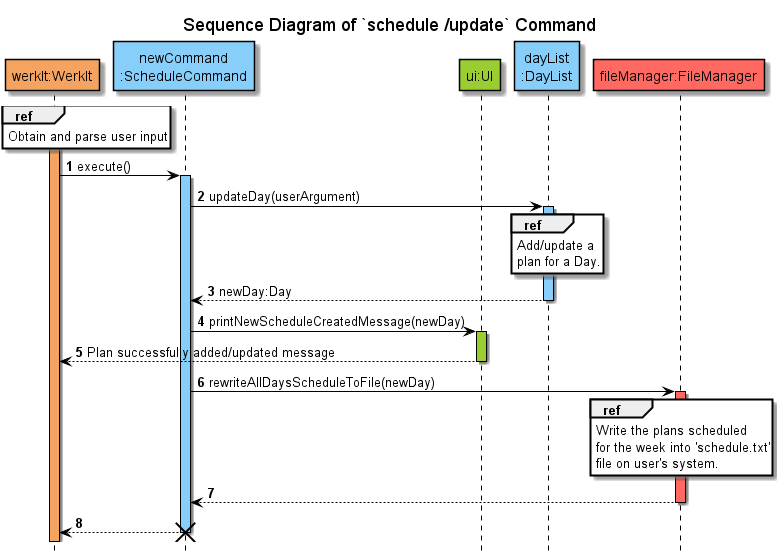
Earlier version of the PlantUML export docs/uml/sequenceDiagrams/schedule/images/updateSchedule.png (nus-cs2113-AY2122S2/tp).
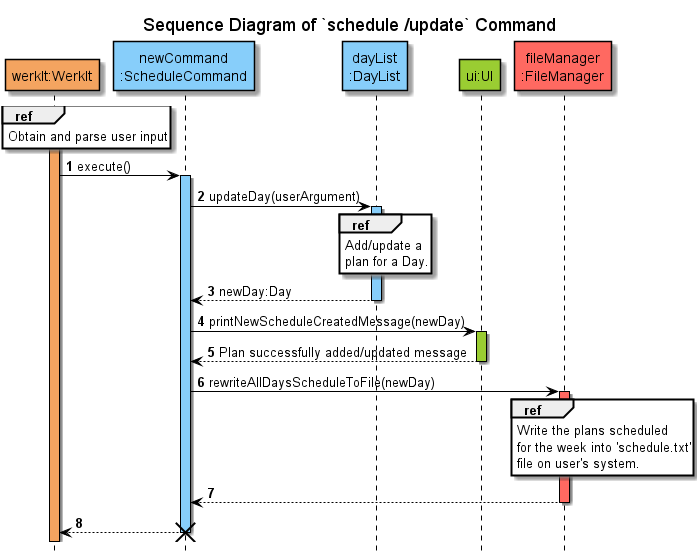
The same diagram one commit later.

What changed in the source:
```diff
@@ -9,9 +9,9 @@
 
 participant "werkIt:WerkIt" AS WerkIt COLOR_WERKIT
 participant "newCommand\n:ScheduleCommand" AS newCommand COLOR_LOGIC
+participant "dayList\n:DayList" AS DayList COLOR_LOGIC
 participant "ui:UI" AS UI COLOR_UI
-participant "dayList\n:DayList" AS DayList COLOR_LOGIC
-participant "fileManager:FileManager" as FileManager COLOR_STORAGE
+participant "fileManager\n:FileManager" as FileManager COLOR_STORAGE
 
 activate WerkIt COLOR_WERKIT
 ref over WerkIt
@@ -31,7 +31,7 @@
 
 newCommand -> UI : printNewScheduleCreatedMessage(newDay)
 activate UI COLOR_UI
-WerkIt <-- UI : Plan successfully added/updated message
+newCommand <-- UI : Plan successfully added/updated message
 deactivate UI
 
 newCommand -> FileManager : rewriteAllDaysScheduleToFile(newDay)
```
